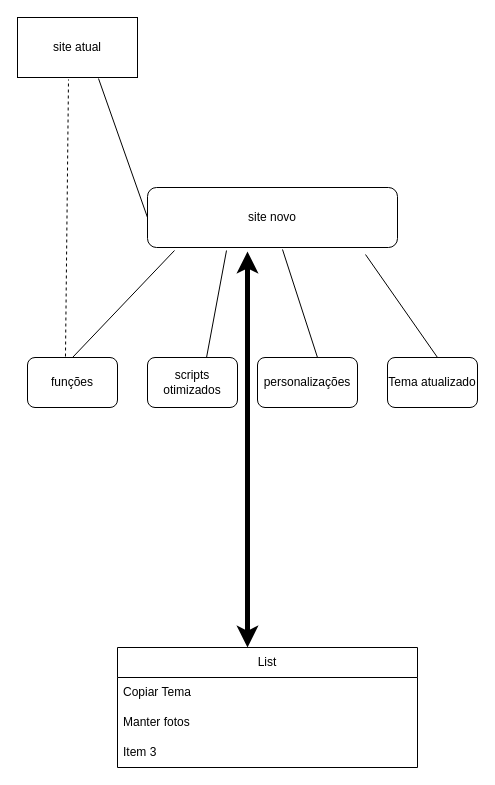
Above: Diagrama sem nome.drawio in Ryan-lmm/javascript (draw.io), before the change. Source tidied: cells renumbered, new cells numbered last; positions are measured from the earlier drawing's top-left corner, leaving out a move shared by most shapes. Both pictures are drawn from the tidied source at 100%, with x=0, y=0 at pixel (17, 17).
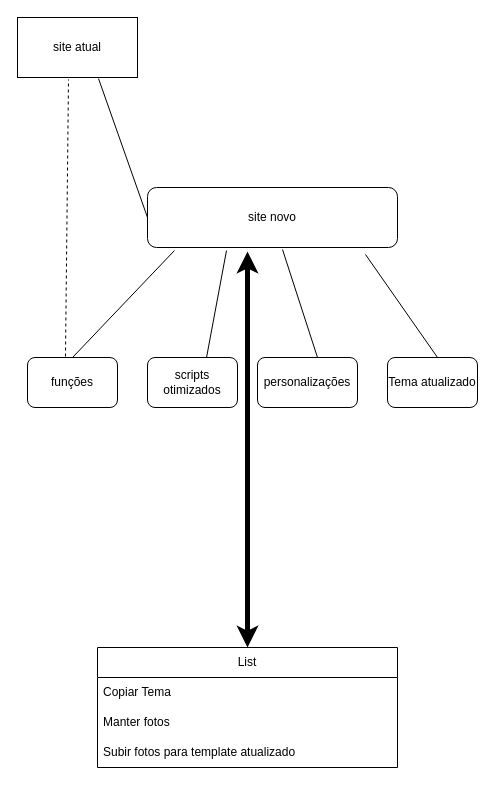
Above is the later version.

Change to the diagram source:
```diff
@@
     <mxCell id="15" value="List" style="swimlane;fontStyle=0;horizontal=1;startSize=30;whiteSpace=wrap;html=1;" parent="1" vertex="1">
-      <mxGeometry x="100" y="630" width="300" height="120" as="geometry" />
+      <mxGeometry x="80" y="630" width="300" height="120" as="geometry" />
     </mxCell>
@@
-    <mxCell id="18" value="Item 3" style="text;strokeColor=none;fillColor=none;align=left;verticalAlign=middle;spacingLeft=4;spacingRight=4;overflow=hidden;whiteSpace=wrap;html=1;" parent="15" vertex="1">
+    <mxCell id="18" value="Subir fotos para template atualizado&lt;br&gt;" style="text;strokeColor=none;fillColor=none;align=left;verticalAlign=middle;spacingLeft=4;spacingRight=4;overflow=hidden;whiteSpace=wrap;html=1;" parent="15" vertex="1">
       <mxGeometry y="90" width="300" height="30" as="geometry" />
     </mxCell>
```
